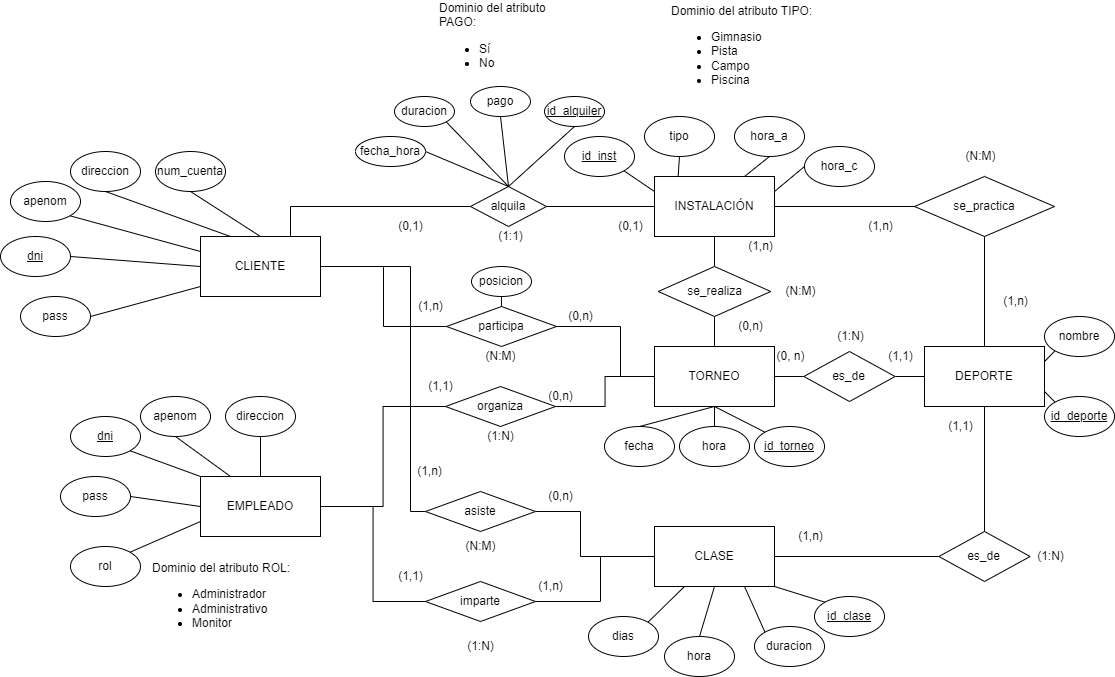
The draw.io diagram documentos/MER/MER_PI.png in vicprzram/ProyectoFinAnno1_Polideportivo, before a commit. Source tidied: cells renumbered, new cells last; positions are measured from the earlier drawing's top-left corner, leaving out a move shared by most shapes.
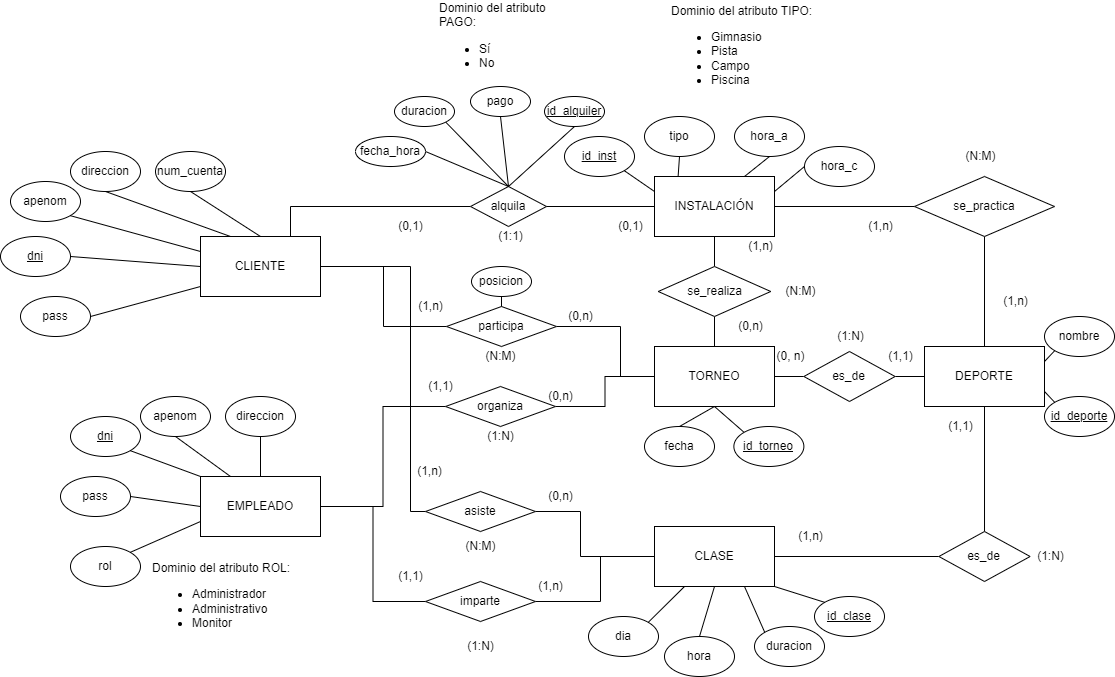
The same diagram one commit later.

Change to the diagram source:
```diff
@@ -157,13 +157,13 @@
       <mxGeometry relative="1" as="geometry" />
     </mxCell>
     <mxCell id="51" value="id_torneo" style="ellipse;whiteSpace=wrap;html=1;fontStyle=4;" parent="1" vertex="1">
-      <mxGeometry x="754" y="420" width="70" height="40" as="geometry" />
+      <mxGeometry x="733.4" y="420" width="70" height="40" as="geometry" />
     </mxCell>
     <mxCell id="52" style="edgeStyle=none;rounded=0;jettySize=auto;html=1;exitX=0.5;exitY=0;exitDx=0;exitDy=0;entryX=0.5;entryY=1;entryDx=0;entryDy=0;endArrow=none;endFill=0;" parent="1" edge="1" source="53" target="14">
       <mxGeometry relative="1" as="geometry" />
     </mxCell>
     <mxCell id="53" value="fecha" style="ellipse;whiteSpace=wrap;html=1;fontStyle=0;" parent="1" vertex="1">
-      <mxGeometry x="604" y="420" width="70" height="40" as="geometry" />
+      <mxGeometry x="644" y="420" width="70" height="40" as="geometry" />
     </mxCell>
     <mxCell id="54" style="edgeStyle=none;rounded=0;jettySize=auto;html=1;exitX=0.5;exitY=0;exitDx=0;exitDy=0;entryX=0.5;entryY=1;entryDx=0;entryDy=0;endArrow=none;endFill=0;" parent="1" edge="1" source="55" target="16">
       <mxGeometry relative="1" as="geometry" />
@@ -186,7 +186,7 @@
     <mxCell id="60" style="edgeStyle=none;rounded=0;jettySize=auto;html=1;exitX=1;exitY=0;exitDx=0;exitDy=0;entryX=0.25;entryY=1;entryDx=0;entryDy=0;endArrow=none;endFill=0;" parent="1" edge="1" source="61" target="16">
       <mxGeometry relative="1" as="geometry" />
     </mxCell>
-    <mxCell id="61" value="dias" style="ellipse;whiteSpace=wrap;html=1;fontStyle=0;" parent="1" vertex="1">
+    <mxCell id="61" value="dia" style="ellipse;whiteSpace=wrap;html=1;fontStyle=0;" parent="1" vertex="1">
       <mxGeometry x="588" y="610" width="70" height="40" as="geometry" />
     </mxCell>
     <mxCell id="62" style="edgeStyle=none;rounded=0;jettySize=auto;html=1;exitX=0.5;exitY=1;exitDx=0;exitDy=0;entryX=0.5;entryY=0;entryDx=0;entryDy=0;endArrow=none;endFill=0;" parent="1" edge="1" source="63" target="2">
@@ -198,12 +198,6 @@
     <mxCell id="64" value="Dominio del atributo TIPO:&lt;br&gt;&lt;ul&gt;&lt;li&gt;Gimnasio&lt;/li&gt;&lt;li&gt;Pista&lt;/li&gt;&lt;li&gt;Campo&lt;/li&gt;&lt;li&gt;Piscina&lt;/li&gt;&lt;/ul&gt;" style="text;html=1;strokeColor=none;fillColor=none;align=left;verticalAlign=middle;whiteSpace=wrap;rounded=0;" parent="1" vertex="1">
       <mxGeometry x="669" width="145" height="90" as="geometry" />
     </mxCell>
-    <mxCell id="65" style="rounded=0;jettySize=auto;html=1;exitX=0.5;exitY=0;exitDx=0;exitDy=0;entryX=0.5;entryY=1;entryDx=0;entryDy=0;endArrow=none;endFill=0;" parent="1" edge="1" source="66" target="14">
-      <mxGeometry relative="1" as="geometry" />
-    </mxCell>
-    <mxCell id="66" value="hora" style="ellipse;whiteSpace=wrap;html=1;fontStyle=0;" parent="1" vertex="1">
-      <mxGeometry x="679" y="420" width="70" height="40" as="geometry" />
-    </mxCell>
     <mxCell id="67" style="edgeStyle=none;rounded=0;jettySize=auto;html=1;exitX=0.5;exitY=0;exitDx=0;exitDy=0;entryX=0.5;entryY=1;entryDx=0;entryDy=0;endArrow=none;endFill=0;" parent="1" edge="1" source="68" target="11">
       <mxGeometry relative="1" as="geometry" />
     </mxCell>
```
